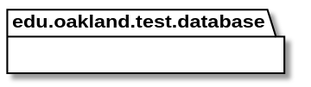
The PlantUML diagram docs/uml-class-diagrams/database/test/DatabaseTestPackage.svg in elilley15/csi-3370-software-project, before a commit.
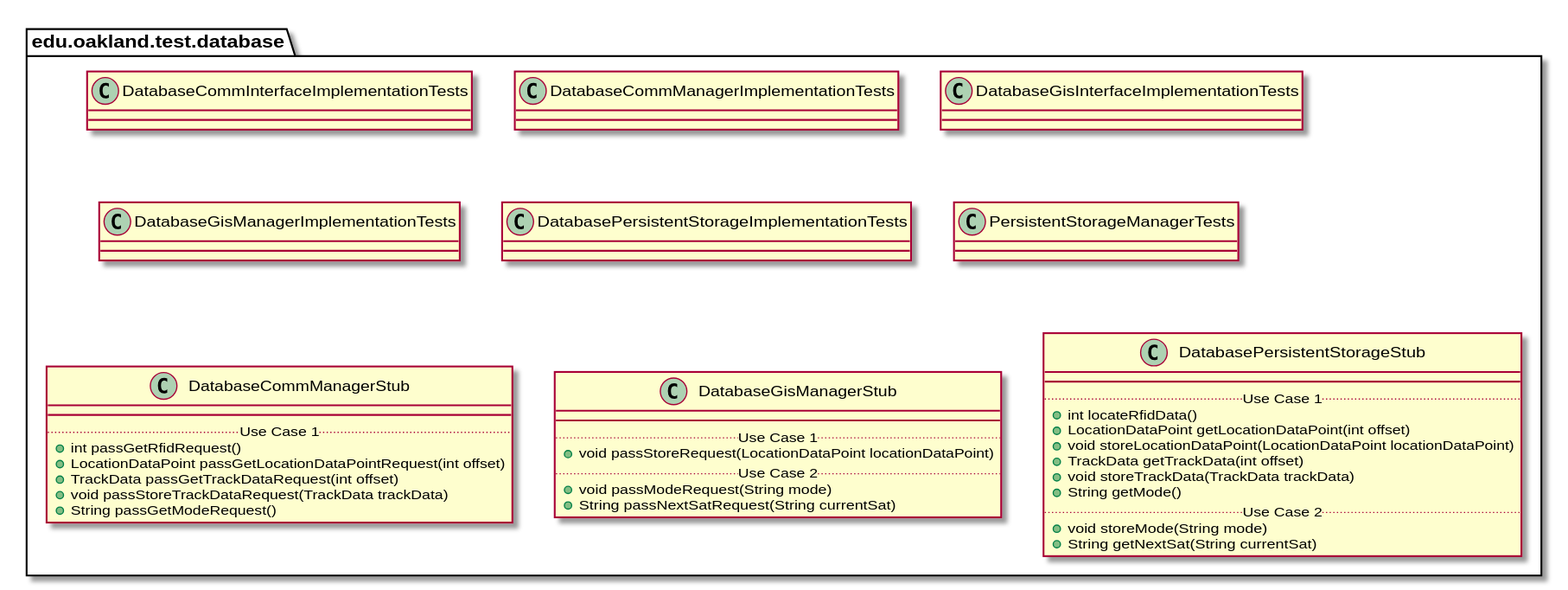
The same file after the commit.

Diff of the diagram source:
```diff
@@ -4,4 +4,89 @@
 
 }
 
+
+package edu.oakland.test.database {
+    class DatabaseCommInterfaceImplementationTests {
+
+    }
+}
+
+
+package edu.oakland.test.database {
+    class DatabaseCommManagerImplementationTests {
+
+    }
+}
+
+
+package edu.oakland.test.database {
+    class DatabaseGisInterfaceImplementationTests {
+
+    }
+}
+
+
+package edu.oakland.test.database {
+    class DatabaseGisManagerImplementationTests {
+
+    }
+}
+
+
+package edu.oakland.test.database {
+    class DatabasePersistentStorageImplementationTests {
+
+    }
+}
+
+
+package edu.oakland.test.database {
+    class PersistentStorageManagerTests {
+
+    }
+}
+
+
+package edu.oakland.test.database {
+    class DatabaseCommManagerStub {
+        __
+        .. Use Case 1 ..
+        + int passGetRfidRequest()
+        + LocationDataPoint passGetLocationDataPointRequest(int offset)
+        + TrackData passGetTrackDataRequest(int offset)
+        + void passStoreTrackDataRequest(TrackData trackData)
+        + String passGetModeRequest()
+    }
+}
+
+
+package edu.oakland.test.database {
+    class DatabaseGisManagerStub {
+        __
+        .. Use Case 1 ..
+        + void passStoreRequest(LocationDataPoint locationDataPoint)
+        .. Use Case 2 ..
+        + void passModeRequest(String mode)
+        + String passNextSatRequest(String currentSat)
+    }
+}
+
+
+package edu.oakland.test.database {
+    class DatabasePersistentStorageStub {
+        __
+        .. Use Case 1 ..
+        + int locateRfidData()
+        + LocationDataPoint getLocationDataPoint(int offset)
+        + void storeLocationDataPoint(LocationDataPoint locationDataPoint)
+        + TrackData getTrackData(int offset)
+        + void storeTrackData(TrackData trackData)
+        + String getMode()
+        .. Use Case 2 ..
+        + void storeMode(String mode)
+        + String getNextSat(String currentSat)
+    }
+}
+
+
 @enduml
```
